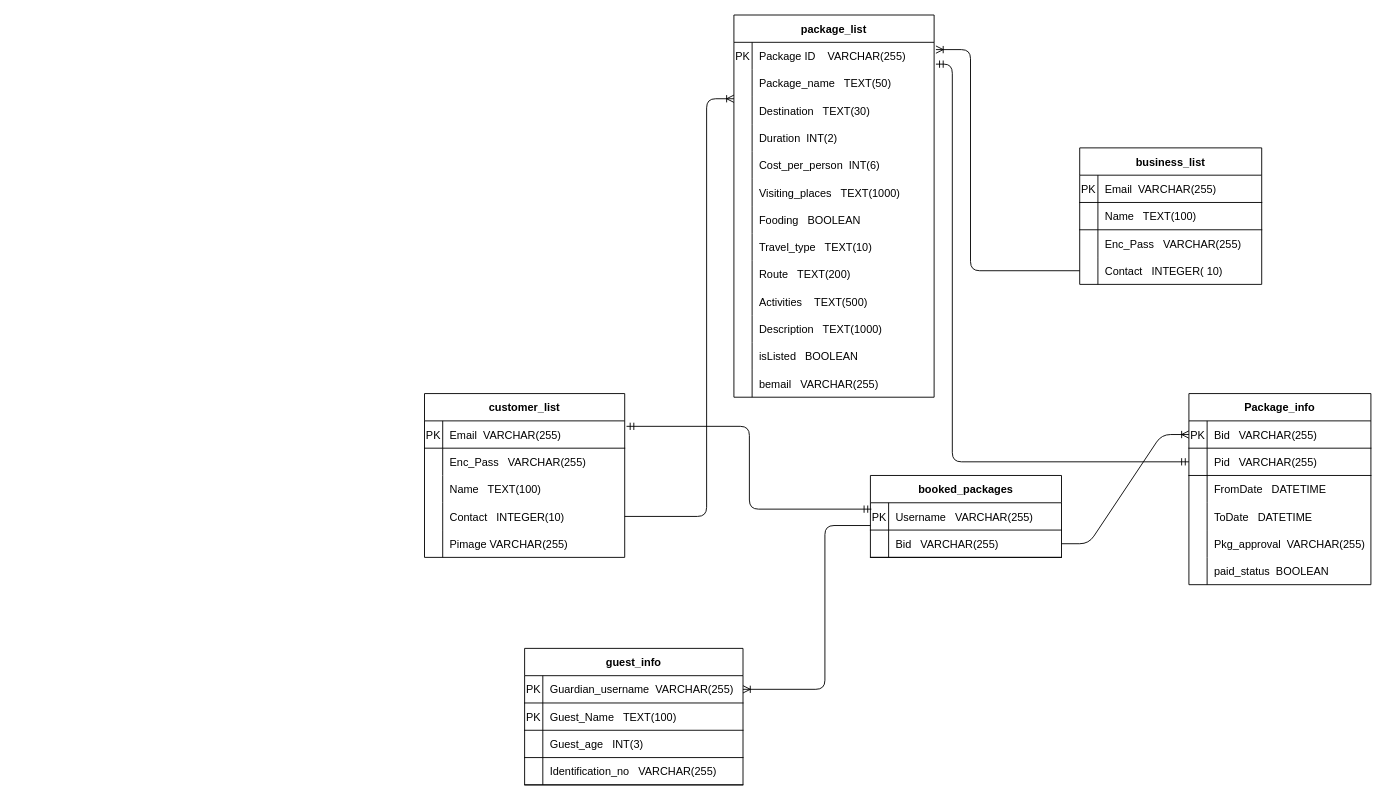
PCMasterRace007/ER keeps this draw.io diagram as ERD_SCHEMA_WITH_PAKCAGE.drawio. Above is the earlier version. Source tidied: cells renumbered, new cells numbered last; positions are measured from the earlier drawing's top-left corner, leaving out a move shared by most shapes. Both pictures are drawn from the tidied source at 91%, with x=0, y=0 at pixel (424, 15).
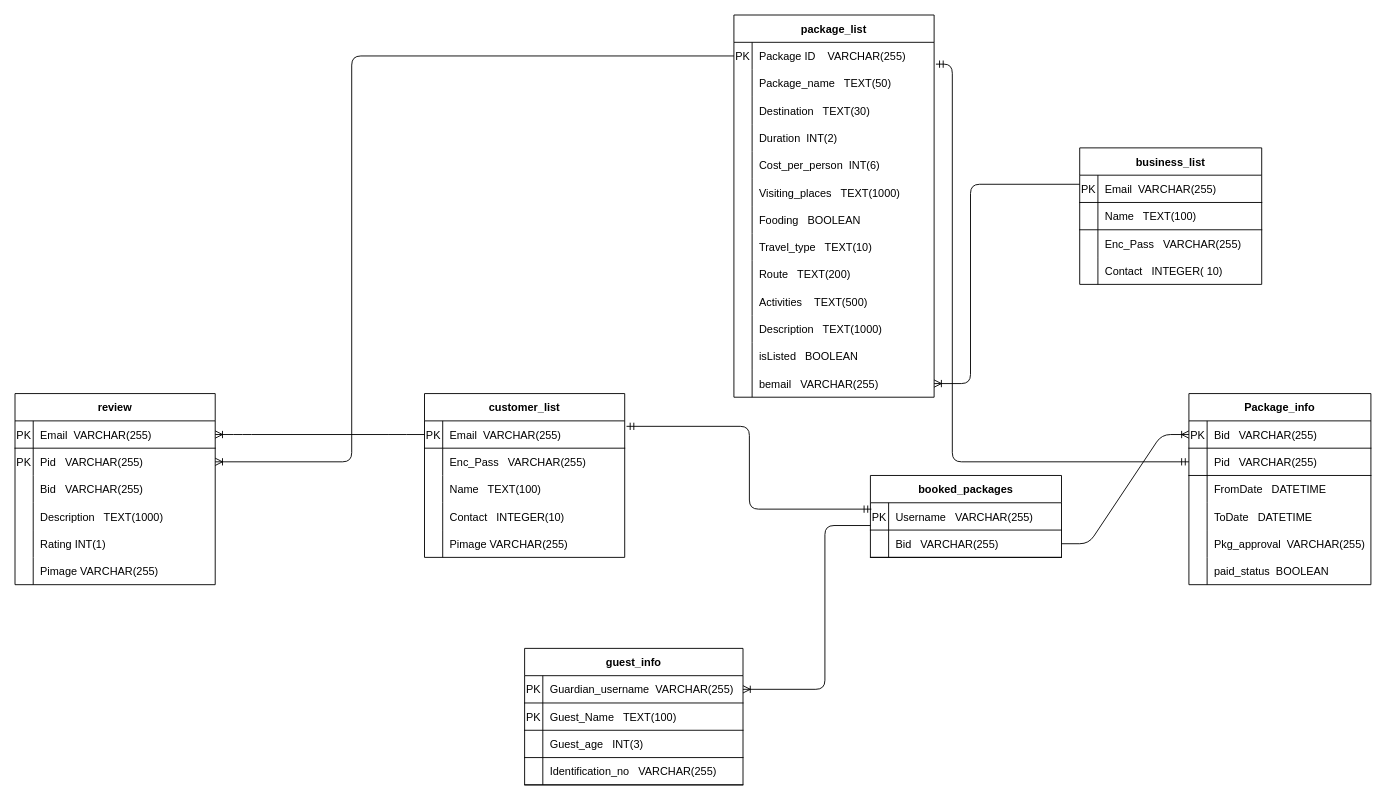
The same diagram, later.

The change refers to these unchanged cells:
```xml
<mxCell id="3" style="shape=partialRectangle;fillColor=none;top=0;left=0;bottom=0;right=0;points=[[0,0.5],[1,0.5]];portConstraint=eastwest;" parent="2" vertex="1">
  <mxGeometry y="30" width="220" height="30" as="geometry" />
</mxCell>
<mxCell id="39" style="shape=partialRectangle;fillColor=none;top=0;left=0;bottom=0;right=0;points=[[0,0.5],[1,0.5]];portConstraint=eastwest;" parent="2" vertex="1">
  <mxGeometry y="390" width="220" height="30" as="geometry" />
</mxCell>
<mxCell id="43" style="shape=partialRectangle;fillColor=none;top=0;left=0;bottom=1;right=0;points=[[0,0.5],[1,0.5]];portConstraint=eastwest;" parent="42" vertex="1">
  <mxGeometry y="30" width="220" height="30" as="geometry" />
</mxCell>
<mxCell id="52" style="shape=partialRectangle;fillColor=none;top=0;left=0;bottom=0;right=0;points=[[0,0.5],[1,0.5]];portConstraint=eastwest;" parent="42" vertex="1">
  <mxGeometry y="120" width="220" height="30" as="geometry" />
</mxCell>
<mxCell id="68" style="shape=partialRectangle;fillColor=none;top=0;left=0;bottom=0;right=0;points=[[0,0.5],[1,0.5]];portConstraint=eastwest;" parent="58" vertex="1">
  <mxGeometry y="120" width="200" height="30" as="geometry" />
</mxCell>
```

What changed in the source:
```diff
@@
-    <mxCell id="110" style="edgeStyle=elbowEdgeStyle;fontSize=12;html=1;endArrow=ERoneToMany;entryX=1.009;entryY=0.267;entryDx=0;entryDy=0;exitX=0;exitY=0.5;exitDx=0;exitDy=0;entryPerimeter=0;" parent="1" edge="1" source="68" target="3">
+    <mxCell id="110" style="edgeStyle=elbowEdgeStyle;fontSize=12;html=1;endArrow=ERoneToMany;entryX=1;entryY=0.5;entryDx=0;entryDy=0;" parent="1" edge="1" target="39">
       <mxGeometry relative="1" as="geometry">
+        <mxPoint x="720" y="186" as="sourcePoint" />
         <Array as="points">
           <mxPoint x="600" y="86" />
         </Array>
       </mxGeometry>
     </mxCell>
-    <mxCell id="111" style="edgeStyle=elbowEdgeStyle;fontSize=12;html=1;endArrow=ERoneToMany;exitX=1;exitY=0.5;exitDx=0;exitDy=0;" parent="1" edge="1" source="52">
-      <mxGeometry relative="1" as="geometry">
-        <mxPoint x="340" y="92" as="targetPoint" />
-        <Array as="points">
-          <mxPoint x="310" y="286" />
-          <mxPoint x="310" y="346" />
-        </Array>
-      </mxGeometry>
-    </mxCell>
@@
+    <mxCell id="116" value="review" style="shape=table;startSize=30;childLayout=tableLayout;rowLines=0;fontStyle=1;align=center;" parent="1" vertex="1">
+      <mxGeometry x="-450" y="416" width="220" height="210" as="geometry" />
+    </mxCell>
+    <mxCell id="117" style="shape=partialRectangle;fillColor=none;top=0;left=0;bottom=1;right=0;points=[[0,0.5],[1,0.5]];portConstraint=eastwest;" parent="116" vertex="1">
+      <mxGeometry y="30" width="220" height="30" as="geometry" />
+    </mxCell>
+    <mxCell id="118" value="PK" style="shape=partialRectangle;fillColor=none;top=0;left=0;bottom=0;right=0;fontStyle=0;overflow=hidden;" parent="117" vertex="1">
+      <mxGeometry width="20" height="30" as="geometry" />
+    </mxCell>
+    <mxCell id="119" value="Email  VARCHAR(255)" style="shape=partialRectangle;fillColor=none;top=0;left=0;bottom=0;right=0;align=left;spacingLeft=6;fontStyle=0;overflow=hidden;" parent="117" vertex="1">
+      <mxGeometry x="20" width="200" height="30" as="geometry" />
+    </mxCell>
+    <mxCell id="120" style="shape=partialRectangle;fillColor=none;top=0;left=0;bottom=0;right=0;points=[[0,0.5],[1,0.5]];portConstraint=eastwest;" parent="116" vertex="1">
+      <mxGeometry y="60" width="220" height="30" as="geometry" />
+    </mxCell>
+    <mxCell id="121" value="PK" style="shape=partialRectangle;fillColor=none;top=0;left=0;bottom=0;right=0;overflow=hidden;" parent="120" vertex="1">
+      <mxGeometry width="20" height="30" as="geometry" />
+    </mxCell>
+    <mxCell id="122" value="Pid   VARCHAR(255)" style="shape=partialRectangle;fillColor=none;top=0;left=0;bottom=0;right=0;align=left;spacingLeft=6;overflow=hidden;" parent="120" vertex="1">
+      <mxGeometry x="20" width="200" height="30" as="geometry" />
+    </mxCell>
+    <mxCell id="123" style="shape=partialRectangle;fillColor=none;top=0;left=0;bottom=0;right=0;" parent="116" vertex="1">
+      <mxGeometry y="90" width="220" height="30" as="geometry" />
+    </mxCell>
+    <mxCell id="124" style="shape=partialRectangle;fillColor=none;top=0;left=0;bottom=0;right=0;overflow=hidden;" parent="123" vertex="1">
+      <mxGeometry width="20" height="30" as="geometry" />
+    </mxCell>
+    <mxCell id="125" value="Bid   VARCHAR(255)" style="shape=partialRectangle;fillColor=none;top=0;left=0;bottom=0;right=0;align=left;spacingLeft=6;overflow=hidden;" parent="123" vertex="1">
+      <mxGeometry x="20" width="200" height="30" as="geometry" />
+    </mxCell>
+    <mxCell id="126" style="shape=partialRectangle;fillColor=none;top=0;left=0;bottom=0;right=0;" parent="116" vertex="1">
+      <mxGeometry y="120" width="220" height="30" as="geometry" />
+    </mxCell>
+    <mxCell id="127" style="shape=partialRectangle;fillColor=none;top=0;left=0;bottom=0;right=0;overflow=hidden;" parent="126" vertex="1">
+      <mxGeometry width="20" height="30" as="geometry" />
+    </mxCell>
+    <mxCell id="128" value="Description   TEXT(1000)" style="shape=partialRectangle;fillColor=none;top=0;left=0;bottom=0;right=0;align=left;spacingLeft=6;overflow=hidden;" parent="126" vertex="1">
+      <mxGeometry x="20" width="200" height="30" as="geometry" />
+    </mxCell>
+    <mxCell id="129" style="shape=partialRectangle;fillColor=none;top=0;left=0;bottom=0;right=0;" parent="116" vertex="1">
+      <mxGeometry y="150" width="220" height="30" as="geometry" />
+    </mxCell>
+    <mxCell id="130" style="shape=partialRectangle;fillColor=none;top=0;left=0;bottom=0;right=0;overflow=hidden;" parent="129" vertex="1">
+      <mxGeometry width="20" height="30" as="geometry" />
+    </mxCell>
+    <mxCell id="131" value="Rating INT(1)" style="shape=partialRectangle;fillColor=none;top=0;left=0;bottom=0;right=0;align=left;spacingLeft=6;overflow=hidden;" parent="129" vertex="1">
+      <mxGeometry x="20" width="200" height="30" as="geometry" />
+    </mxCell>
+    <mxCell id="132" style="shape=partialRectangle;fillColor=none;top=0;left=0;bottom=0;right=0;" parent="116" vertex="1">
+      <mxGeometry y="180" width="220" height="30" as="geometry" />
+    </mxCell>
+    <mxCell id="133" style="shape=partialRectangle;fillColor=none;top=0;left=0;bottom=0;right=0;overflow=hidden;" parent="132" vertex="1">
+      <mxGeometry width="20" height="30" as="geometry" />
+    </mxCell>
+    <mxCell id="134" value="Pimage VARCHAR(255)" style="shape=partialRectangle;fillColor=none;top=0;left=0;bottom=0;right=0;align=left;spacingLeft=6;overflow=hidden;" parent="132" vertex="1">
+      <mxGeometry x="20" width="200" height="30" as="geometry" />
+    </mxCell>
+    <mxCell id="135" style="edgeStyle=entityRelationEdgeStyle;fontSize=12;html=1;endArrow=ERoneToMany;entryX=1;entryY=0.5;entryDx=0;entryDy=0;exitX=0;exitY=0.5;exitDx=0;exitDy=0;" parent="1" edge="1" source="43" target="117">
+      <mxGeometry relative="1" as="geometry" />
+    </mxCell>
+    <mxCell id="136" style="edgeStyle=elbowEdgeStyle;fontSize=12;html=1;endArrow=ERoneToMany;entryX=1;entryY=0.5;entryDx=0;entryDy=0;exitX=0;exitY=0.5;exitDx=0;exitDy=0;" parent="1" edge="1" source="3" target="120">
+      <mxGeometry relative="1" as="geometry">
+        <Array as="points">
+          <mxPoint x="-80" y="376" />
+        </Array>
+      </mxGeometry>
+    </mxCell>
```
